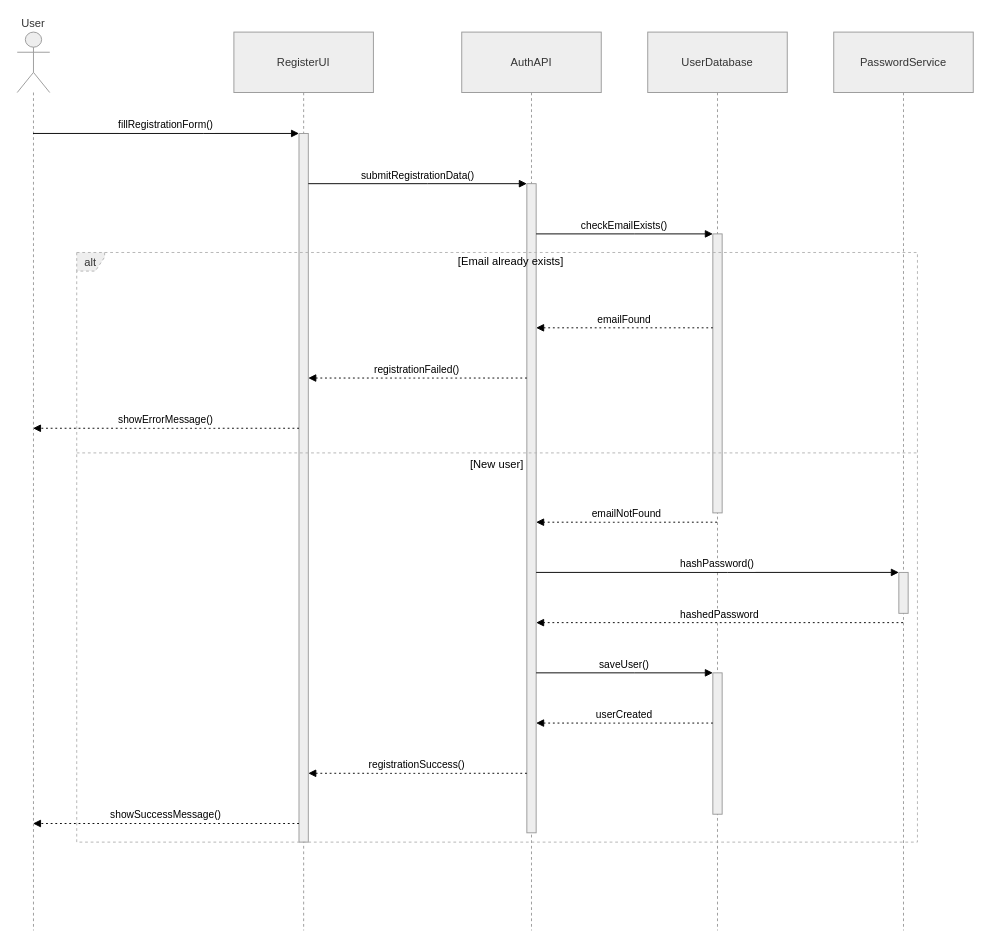
This is final/Register Sequence Diagram.drawio from bidur7745/Drawio-Files, a draw.io file, before an edit. Source tidied: cells renumbered, new cells numbered last; positions are measured from the earlier drawing's top-left corner, leaving out a move shared by most shapes. Both pictures are drawn from the tidied source at 93%, with x=0, y=0 at pixel (17, 32).
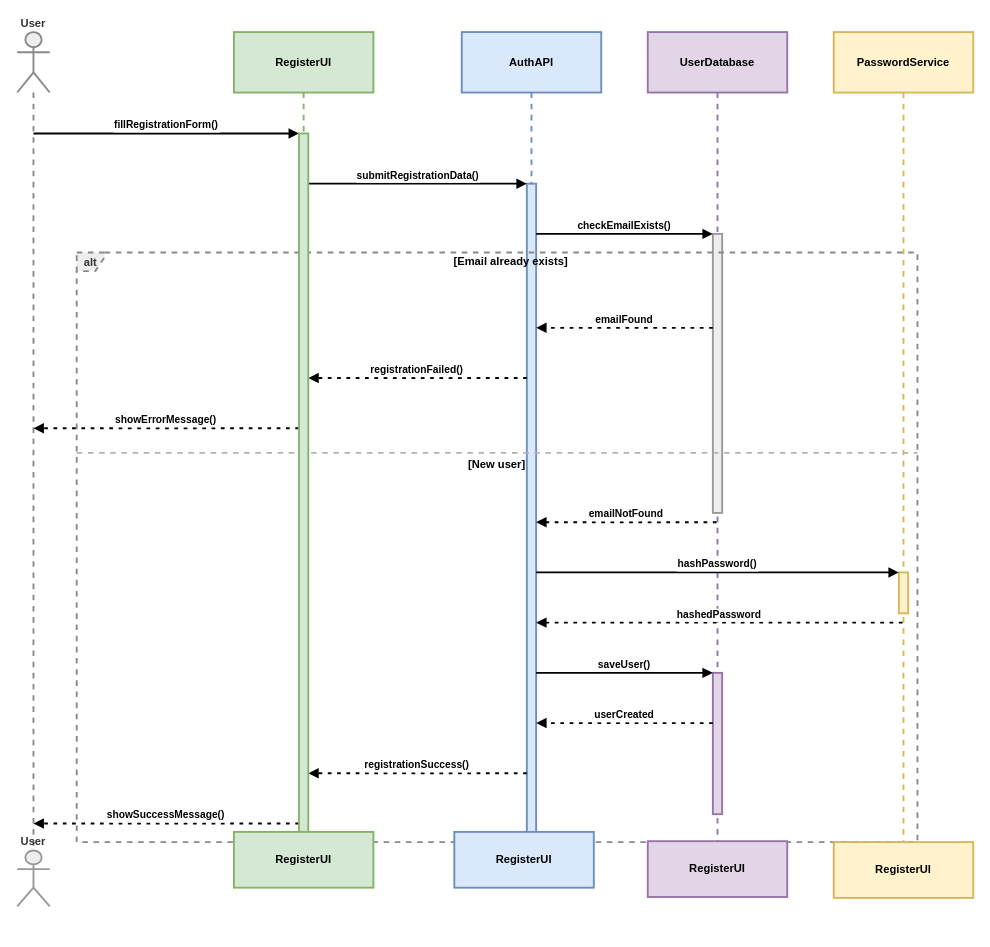
The same page after the edit.

The edit, as a diff of the source:
```diff
@@
-    <mxCell id="2" value="User" style="shape=umlLifeline;perimeter=lifelinePerimeter;whiteSpace=wrap;outlineConnect=0;portConstraint=eastwest;newEdgeStyle={&quot;edgeStyle&quot;:&quot;elbowEdgeStyle&quot;,&quot;elbow&quot;:&quot;vertical&quot;,&quot;curved&quot;:0,&quot;rounded&quot;:0};participant=umlActor;verticalAlign=bottom;labelPosition=center;verticalLabelPosition=top;align=center;size=65;fillColor=light-dark(#eeeeee,#1f2020);strokeColor=light-dark(#999999,#cccccc);fontColor=light-dark(#333333,#cccccc);" parent="1" vertex="1">
-      <mxGeometry width="35" height="966" as="geometry" />
+    <mxCell id="2" value="User" style="shape=umlLifeline;perimeter=lifelinePerimeter;whiteSpace=wrap;outlineConnect=0;portConstraint=eastwest;newEdgeStyle={&quot;edgeStyle&quot;:&quot;elbowEdgeStyle&quot;,&quot;elbow&quot;:&quot;vertical&quot;,&quot;curved&quot;:0,&quot;rounded&quot;:0};participant=umlActor;verticalAlign=bottom;labelPosition=center;verticalLabelPosition=top;align=center;size=65;fillColor=light-dark(#eeeeee,#1f2020);strokeColor=light-dark(#898989,#CCCCCC);fontColor=light-dark(#333333,#cccccc);strokeWidth=2;fontStyle=1;" parent="1" vertex="1">
+      <mxGeometry width="35" height="890" as="geometry" />
     </mxCell>
-    <mxCell id="3" value="RegisterUI" style="shape=umlLifeline;perimeter=lifelinePerimeter;whiteSpace=wrap;newEdgeStyle={&quot;edgeStyle&quot;:&quot;elbowEdgeStyle&quot;,&quot;elbow&quot;:&quot;vertical&quot;,&quot;curved&quot;:0,&quot;rounded&quot;:0};size=65;fillColor=light-dark(#eeeeee,#1f2020);strokeColor=light-dark(#999999,#cccccc);fontColor=light-dark(#333333,#cccccc);" parent="1" vertex="1">
-      <mxGeometry x="233" width="150" height="966" as="geometry" />
+    <mxCell id="3" value="RegisterUI" style="shape=umlLifeline;perimeter=lifelinePerimeter;whiteSpace=wrap;newEdgeStyle={&quot;edgeStyle&quot;:&quot;elbowEdgeStyle&quot;,&quot;elbow&quot;:&quot;vertical&quot;,&quot;curved&quot;:0,&quot;rounded&quot;:0};size=65;fillColor=#d5e8d4;strokeColor=#82b366;strokeWidth=2;fontStyle=1;" parent="1" vertex="1">
+      <mxGeometry x="233" width="150" height="880" as="geometry" />
     </mxCell>
-    <mxCell id="4" style="points=[];perimeter=orthogonalPerimeter;outlineConnect=0;targetShapes=umlLifeline;portConstraint=eastwest;newEdgeStyle={&quot;edgeStyle&quot;:&quot;elbowEdgeStyle&quot;,&quot;elbow&quot;:&quot;vertical&quot;,&quot;curved&quot;:0,&quot;rounded&quot;:0};fillColor=light-dark(#eeeeee,#1f2020);strokeColor=light-dark(#999999,#cccccc);fontColor=light-dark(#333333,#cccccc);" parent="3" vertex="1">
-      <mxGeometry x="70" y="109" width="10" height="762" as="geometry" />
-    </mxCell>
-    <mxCell id="5" value="AuthAPI" style="shape=umlLifeline;perimeter=lifelinePerimeter;whiteSpace=wrap;newEdgeStyle={&quot;edgeStyle&quot;:&quot;elbowEdgeStyle&quot;,&quot;elbow&quot;:&quot;vertical&quot;,&quot;curved&quot;:0,&quot;rounded&quot;:0};size=65;fillColor=light-dark(#eeeeee,#1f2020);strokeColor=light-dark(#999999,#cccccc);fontColor=light-dark(#333333,#cccccc);" parent="1" vertex="1">
-      <mxGeometry x="478" width="150" height="966" as="geometry" />
+    <mxCell id="5" value="AuthAPI" style="shape=umlLifeline;perimeter=lifelinePerimeter;whiteSpace=wrap;newEdgeStyle={&quot;edgeStyle&quot;:&quot;elbowEdgeStyle&quot;,&quot;elbow&quot;:&quot;vertical&quot;,&quot;curved&quot;:0,&quot;rounded&quot;:0};size=65;fillColor=#dae8fc;strokeColor=#6c8ebf;strokeWidth=2;fontStyle=1;" parent="1" vertex="1">
+      <mxGeometry x="478" width="150" height="870" as="geometry" />
     </mxCell>
-    <mxCell id="6" style="points=[];perimeter=orthogonalPerimeter;outlineConnect=0;targetShapes=umlLifeline;portConstraint=eastwest;newEdgeStyle={&quot;edgeStyle&quot;:&quot;elbowEdgeStyle&quot;,&quot;elbow&quot;:&quot;vertical&quot;,&quot;curved&quot;:0,&quot;rounded&quot;:0};fillColor=light-dark(#eeeeee,#1f2020);strokeColor=light-dark(#999999,#cccccc);fontColor=light-dark(#333333,#cccccc);" parent="5" vertex="1">
+    <mxCell id="6" style="points=[];perimeter=orthogonalPerimeter;outlineConnect=0;targetShapes=umlLifeline;portConstraint=eastwest;newEdgeStyle={&quot;edgeStyle&quot;:&quot;elbowEdgeStyle&quot;,&quot;elbow&quot;:&quot;vertical&quot;,&quot;curved&quot;:0,&quot;rounded&quot;:0};fillColor=#dae8fc;strokeColor=#6c8ebf;strokeWidth=2;fontStyle=1;" parent="5" vertex="1">
       <mxGeometry x="70" y="163" width="10" height="698" as="geometry" />
     </mxCell>
-    <mxCell id="7" value="UserDatabase" style="shape=umlLifeline;perimeter=lifelinePerimeter;whiteSpace=wrap;outlineConnect=0;portConstraint=eastwest;newEdgeStyle={&quot;edgeStyle&quot;:&quot;elbowEdgeStyle&quot;,&quot;elbow&quot;:&quot;vertical&quot;,&quot;curved&quot;:0,&quot;rounded&quot;:0};size=65;fillColor=light-dark(#eeeeee,#1f2020);strokeColor=light-dark(#999999,#cccccc);fontColor=light-dark(#333333,#cccccc);" parent="1" vertex="1">
-      <mxGeometry x="678" width="150" height="966" as="geometry" />
+    <mxCell id="7" value="UserDatabase" style="shape=umlLifeline;perimeter=lifelinePerimeter;whiteSpace=wrap;outlineConnect=0;portConstraint=eastwest;newEdgeStyle={&quot;edgeStyle&quot;:&quot;elbowEdgeStyle&quot;,&quot;elbow&quot;:&quot;vertical&quot;,&quot;curved&quot;:0,&quot;rounded&quot;:0};size=65;fillColor=#e1d5e7;strokeColor=#9673a6;strokeWidth=2;fontStyle=1;" parent="1" vertex="1">
+      <mxGeometry x="678" width="150" height="870" as="geometry" />
     </mxCell>
-    <mxCell id="8" style="points=[];perimeter=orthogonalPerimeter;outlineConnect=0;targetShapes=umlLifeline;portConstraint=eastwest;newEdgeStyle={&quot;edgeStyle&quot;:&quot;elbowEdgeStyle&quot;,&quot;elbow&quot;:&quot;vertical&quot;,&quot;curved&quot;:0,&quot;rounded&quot;:0};fillColor=light-dark(#eeeeee,#1f2020);strokeColor=light-dark(#999999,#cccccc);fontColor=light-dark(#333333,#cccccc);" parent="7" vertex="1">
+    <mxCell id="8" style="points=[];perimeter=orthogonalPerimeter;outlineConnect=0;targetShapes=umlLifeline;portConstraint=eastwest;newEdgeStyle={&quot;edgeStyle&quot;:&quot;elbowEdgeStyle&quot;,&quot;elbow&quot;:&quot;vertical&quot;,&quot;curved&quot;:0,&quot;rounded&quot;:0};fillColor=light-dark(#eeeeee,#1f2020);strokeColor=light-dark(#999999,#cccccc);fontColor=light-dark(#333333,#cccccc);strokeWidth=2;fontStyle=1;" parent="7" vertex="1">
       <mxGeometry x="70" y="217" width="10" height="300" as="geometry" />
     </mxCell>
-    <mxCell id="9" style="points=[];perimeter=orthogonalPerimeter;outlineConnect=0;targetShapes=umlLifeline;portConstraint=eastwest;newEdgeStyle={&quot;edgeStyle&quot;:&quot;elbowEdgeStyle&quot;,&quot;elbow&quot;:&quot;vertical&quot;,&quot;curved&quot;:0,&quot;rounded&quot;:0};fillColor=light-dark(#eeeeee,#1f2020);strokeColor=light-dark(#999999,#cccccc);fontColor=light-dark(#333333,#cccccc);" parent="7" vertex="1">
+    <mxCell id="9" style="points=[];perimeter=orthogonalPerimeter;outlineConnect=0;targetShapes=umlLifeline;portConstraint=eastwest;newEdgeStyle={&quot;edgeStyle&quot;:&quot;elbowEdgeStyle&quot;,&quot;elbow&quot;:&quot;vertical&quot;,&quot;curved&quot;:0,&quot;rounded&quot;:0};fillColor=#e1d5e7;strokeColor=#9673a6;strokeWidth=2;fontStyle=1;" parent="7" vertex="1">
       <mxGeometry x="70" y="689" width="10" height="152" as="geometry" />
     </mxCell>
-    <mxCell id="10" value="PasswordService" style="shape=umlLifeline;perimeter=lifelinePerimeter;whiteSpace=wrap;outlineConnect=0;portConstraint=eastwest;newEdgeStyle={&quot;edgeStyle&quot;:&quot;elbowEdgeStyle&quot;,&quot;elbow&quot;:&quot;vertical&quot;,&quot;curved&quot;:0,&quot;rounded&quot;:0};size=65;fillColor=light-dark(#eeeeee,#1f2020);strokeColor=light-dark(#999999,#cccccc);fontColor=light-dark(#333333,#cccccc);" parent="1" vertex="1">
-      <mxGeometry x="878" width="150" height="966" as="geometry" />
+    <mxCell id="10" value="PasswordService" style="shape=umlLifeline;perimeter=lifelinePerimeter;whiteSpace=wrap;outlineConnect=0;portConstraint=eastwest;newEdgeStyle={&quot;edgeStyle&quot;:&quot;elbowEdgeStyle&quot;,&quot;elbow&quot;:&quot;vertical&quot;,&quot;curved&quot;:0,&quot;rounded&quot;:0};size=65;fillColor=#fff2cc;strokeColor=#d6b656;strokeWidth=2;fontStyle=1;" parent="1" vertex="1">
+      <mxGeometry x="878" width="150" height="870" as="geometry" />
     </mxCell>
-    <mxCell id="11" style="points=[];perimeter=orthogonalPerimeter;outlineConnect=0;targetShapes=umlLifeline;portConstraint=eastwest;newEdgeStyle={&quot;edgeStyle&quot;:&quot;elbowEdgeStyle&quot;,&quot;elbow&quot;:&quot;vertical&quot;,&quot;curved&quot;:0,&quot;rounded&quot;:0};fillColor=light-dark(#eeeeee,#1f2020);strokeColor=light-dark(#999999,#cccccc);fontColor=light-dark(#333333,#cccccc);" parent="10" vertex="1">
+    <mxCell id="11" style="points=[];perimeter=orthogonalPerimeter;outlineConnect=0;targetShapes=umlLifeline;portConstraint=eastwest;newEdgeStyle={&quot;edgeStyle&quot;:&quot;elbowEdgeStyle&quot;,&quot;elbow&quot;:&quot;vertical&quot;,&quot;curved&quot;:0,&quot;rounded&quot;:0};fillColor=#fff2cc;strokeColor=#d6b656;strokeWidth=2;fontStyle=1;" parent="10" vertex="1">
       <mxGeometry x="70" y="581" width="10" height="44" as="geometry" />
     </mxCell>
-    <mxCell id="12" value="alt" style="shape=umlFrame;dashed=1;strokeColor=#B3B3B3;height=20;width=30;fillColor=light-dark(#eeeeee,#1f2020);fontColor=light-dark(#333333,#cccccc);" parent="1" vertex="1">
+    <mxCell id="12" value="alt" style="shape=umlFrame;dashed=1;strokeColor=light-dark(#898989,#CCCCCC);height=20;width=30;fillColor=light-dark(#eeeeee,#1f2020);fontColor=light-dark(#333333,#cccccc);strokeWidth=2;fontStyle=1;" parent="1" vertex="1">
       <mxGeometry x="64" y="237" width="904" height="634" as="geometry" />
     </mxCell>
-    <mxCell id="13" value="[Email already exists]" style="text;strokeColor=none;fillColor=none;align=center;verticalAlign=middle;whiteSpace=wrap;" parent="12" vertex="1">
+    <mxCell id="13" value="[Email already exists]" style="text;strokeColor=none;fillColor=none;align=center;verticalAlign=middle;whiteSpace=wrap;strokeWidth=2;fontStyle=1;" parent="12" vertex="1">
       <mxGeometry x="30" width="874" height="20" as="geometry" />
     </mxCell>
-    <mxCell id="14" value="[New user]" style="shape=line;dashed=1;whiteSpace=wrap;verticalAlign=top;labelPosition=center;verticalLabelPosition=middle;align=center;strokeColor=#B3B3B3;" parent="12" vertex="1">
+    <mxCell id="14" value="[New user]" style="shape=line;dashed=1;whiteSpace=wrap;verticalAlign=top;labelPosition=center;verticalLabelPosition=middle;align=center;strokeColor=#B3B3B3;strokeWidth=2;fontStyle=1;" parent="12" vertex="1">
       <mxGeometry y="214" width="904" height="3" as="geometry" />
     </mxCell>
-    <mxCell id="15" value="fillRegistrationForm()" style="verticalAlign=bottom;edgeStyle=elbowEdgeStyle;elbow=vertical;curved=0;rounded=0;endArrow=block;" parent="1" edge="1" source="2" target="4">
+    <mxCell id="15" value="fillRegistrationForm()" style="verticalAlign=bottom;edgeStyle=elbowEdgeStyle;elbow=vertical;curved=0;rounded=0;endArrow=block;strokeWidth=2;fontStyle=1;" parent="1" edge="1" source="2" target="4">
       <mxGeometry relative="1" as="geometry">
         <Array as="points">
           <mxPoint x="200" y="109" />
         </Array>
       </mxGeometry>
     </mxCell>
-    <mxCell id="16" value="submitRegistrationData()" style="verticalAlign=bottom;edgeStyle=elbowEdgeStyle;elbow=vertical;curved=0;rounded=0;endArrow=block;" parent="1" edge="1" source="4" target="6">
+    <mxCell id="16" value="submitRegistrationData()" style="verticalAlign=bottom;edgeStyle=elbowEdgeStyle;elbow=vertical;curved=0;rounded=0;endArrow=block;strokeWidth=2;fontStyle=1;" parent="1" edge="1" source="4" target="6">
       <mxGeometry relative="1" as="geometry">
         <Array as="points">
           <mxPoint x="441" y="163" />
         </Array>
       </mxGeometry>
     </mxCell>
-    <mxCell id="17" value="checkEmailExists()" style="verticalAlign=bottom;edgeStyle=elbowEdgeStyle;elbow=vertical;curved=0;rounded=0;endArrow=block;" parent="1" edge="1" source="6" target="8">
+    <mxCell id="17" value="checkEmailExists()" style="verticalAlign=bottom;edgeStyle=elbowEdgeStyle;elbow=vertical;curved=0;rounded=0;endArrow=block;strokeWidth=2;fontStyle=1;" parent="1" edge="1" source="6" target="8">
       <mxGeometry relative="1" as="geometry">
         <Array as="points">
           <mxPoint x="664" y="217" />
         </Array>
       </mxGeometry>
     </mxCell>
-    <mxCell id="18" value="emailFound" style="verticalAlign=bottom;edgeStyle=elbowEdgeStyle;elbow=vertical;curved=0;rounded=0;dashed=1;dashPattern=2 3;endArrow=block;" parent="1" edge="1" source="8" target="6">
+    <mxCell id="18" value="emailFound" style="verticalAlign=bottom;edgeStyle=elbowEdgeStyle;elbow=vertical;curved=0;rounded=0;dashed=1;dashPattern=2 3;endArrow=block;strokeWidth=2;fontStyle=1;" parent="1" edge="1" source="8" target="6">
       <mxGeometry relative="1" as="geometry">
         <Array as="points">
           <mxPoint x="665" y="318" />
         </Array>
       </mxGeometry>
     </mxCell>
-    <mxCell id="19" value="registrationFailed()" style="verticalAlign=bottom;edgeStyle=elbowEdgeStyle;elbow=vertical;curved=0;rounded=0;dashed=1;dashPattern=2 3;endArrow=block;" parent="1" edge="1" source="6" target="4">
+    <mxCell id="19" value="registrationFailed()" style="verticalAlign=bottom;edgeStyle=elbowEdgeStyle;elbow=vertical;curved=0;rounded=0;dashed=1;dashPattern=2 3;endArrow=block;strokeWidth=2;fontStyle=1;" parent="1" edge="1" source="6" target="4">
       <mxGeometry relative="1" as="geometry">
         <Array as="points">
           <mxPoint x="442" y="372" />
         </Array>
       </mxGeometry>
     </mxCell>
-    <mxCell id="20" value="showErrorMessage()" style="verticalAlign=bottom;edgeStyle=elbowEdgeStyle;elbow=vertical;curved=0;rounded=0;dashed=1;dashPattern=2 3;endArrow=block;" parent="1" edge="1" source="4" target="2">
+    <mxCell id="20" value="showErrorMessage()" style="verticalAlign=bottom;edgeStyle=elbowEdgeStyle;elbow=vertical;curved=0;rounded=0;dashed=1;dashPattern=2 3;endArrow=block;strokeWidth=2;fontStyle=1;" parent="1" edge="1" source="4" target="2">
       <mxGeometry relative="1" as="geometry">
         <Array as="points">
           <mxPoint x="201" y="426" />
         </Array>
       </mxGeometry>
     </mxCell>
-    <mxCell id="21" value="emailNotFound" style="verticalAlign=bottom;edgeStyle=elbowEdgeStyle;elbow=vertical;curved=0;rounded=0;dashed=1;dashPattern=2 3;endArrow=block;" parent="1" edge="1" source="7" target="6">
+    <mxCell id="21" value="emailNotFound" style="verticalAlign=bottom;edgeStyle=elbowEdgeStyle;elbow=vertical;curved=0;rounded=0;dashed=1;dashPattern=2 3;endArrow=block;strokeWidth=2;fontStyle=1;" parent="1" edge="1" source="7" target="6">
       <mxGeometry relative="1" as="geometry">
         <Array as="points">
           <mxPoint x="665" y="527" />
         </Array>
       </mxGeometry>
     </mxCell>
-    <mxCell id="22" value="hashPassword()" style="verticalAlign=bottom;edgeStyle=elbowEdgeStyle;elbow=vertical;curved=0;rounded=0;endArrow=block;" parent="1" edge="1" source="6" target="11">
+    <mxCell id="22" value="hashPassword()" style="verticalAlign=bottom;edgeStyle=elbowEdgeStyle;elbow=vertical;curved=0;rounded=0;endArrow=block;strokeWidth=2;fontStyle=1;" parent="1" edge="1" source="6" target="11">
       <mxGeometry relative="1" as="geometry">
         <Array as="points">
           <mxPoint x="764" y="581" />
         </Array>
       </mxGeometry>
     </mxCell>
-    <mxCell id="23" value="hashedPassword" style="verticalAlign=bottom;edgeStyle=elbowEdgeStyle;elbow=vertical;curved=0;rounded=0;dashed=1;dashPattern=2 3;endArrow=block;" parent="1" edge="1" source="10" target="6">
+    <mxCell id="23" value="hashedPassword" style="verticalAlign=bottom;edgeStyle=elbowEdgeStyle;elbow=vertical;curved=0;rounded=0;dashed=1;dashPattern=2 3;endArrow=block;strokeWidth=2;fontStyle=1;" parent="1" edge="1" source="10" target="6">
       <mxGeometry relative="1" as="geometry">
         <Array as="points">
           <mxPoint x="765" y="635" />
         </Array>
       </mxGeometry>
     </mxCell>
-    <mxCell id="24" value="saveUser()" style="verticalAlign=bottom;edgeStyle=elbowEdgeStyle;elbow=vertical;curved=0;rounded=0;endArrow=block;" parent="1" edge="1" source="6" target="9">
+    <mxCell id="24" value="saveUser()" style="verticalAlign=bottom;edgeStyle=elbowEdgeStyle;elbow=vertical;curved=0;rounded=0;endArrow=block;strokeWidth=2;fontStyle=1;" parent="1" edge="1" source="6" target="9">
       <mxGeometry relative="1" as="geometry">
         <Array as="points">
           <mxPoint x="664" y="689" />
         </Array>
       </mxGeometry>
     </mxCell>
-    <mxCell id="25" value="userCreated" style="verticalAlign=bottom;edgeStyle=elbowEdgeStyle;elbow=vertical;curved=0;rounded=0;dashed=1;dashPattern=2 3;endArrow=block;" parent="1" edge="1" source="9" target="6">
+    <mxCell id="25" value="userCreated" style="verticalAlign=bottom;edgeStyle=elbowEdgeStyle;elbow=vertical;curved=0;rounded=0;dashed=1;dashPattern=2 3;endArrow=block;strokeWidth=2;fontStyle=1;" parent="1" edge="1" source="9" target="6">
       <mxGeometry relative="1" as="geometry">
         <Array as="points">
           <mxPoint x="665" y="743" />
         </Array>
       </mxGeometry>
     </mxCell>
-    <mxCell id="26" value="registrationSuccess()" style="verticalAlign=bottom;edgeStyle=elbowEdgeStyle;elbow=vertical;curved=0;rounded=0;dashed=1;dashPattern=2 3;endArrow=block;" parent="1" edge="1" source="6" target="4">
+    <mxCell id="26" value="registrationSuccess()" style="verticalAlign=bottom;edgeStyle=elbowEdgeStyle;elbow=vertical;curved=0;rounded=0;dashed=1;dashPattern=2 3;endArrow=block;strokeWidth=2;fontStyle=1;" parent="1" edge="1" source="6" target="4">
       <mxGeometry relative="1" as="geometry">
         <Array as="points">
           <mxPoint x="442" y="797" />
         </Array>
       </mxGeometry>
     </mxCell>
-    <mxCell id="27" value="showSuccessMessage()" style="verticalAlign=bottom;edgeStyle=elbowEdgeStyle;elbow=vertical;curved=0;rounded=0;dashed=1;dashPattern=2 3;endArrow=block;" parent="1" edge="1" source="4" target="2">
+    <mxCell id="27" value="showSuccessMessage()" style="verticalAlign=bottom;edgeStyle=elbowEdgeStyle;elbow=vertical;curved=0;rounded=0;dashed=1;dashPattern=2 3;endArrow=block;strokeWidth=2;fontStyle=1;" parent="1" edge="1" source="4" target="2">
       <mxGeometry relative="1" as="geometry">
         <Array as="points">
           <mxPoint x="201" y="851" />
         </Array>
       </mxGeometry>
     </mxCell>
+    <mxCell id="4" style="points=[];perimeter=orthogonalPerimeter;outlineConnect=0;targetShapes=umlLifeline;portConstraint=eastwest;newEdgeStyle={&quot;edgeStyle&quot;:&quot;elbowEdgeStyle&quot;,&quot;elbow&quot;:&quot;vertical&quot;,&quot;curved&quot;:0,&quot;rounded&quot;:0};fillColor=#d5e8d4;strokeColor=#82b366;strokeWidth=2;fontStyle=1;" parent="1" vertex="1">
+      <mxGeometry x="303" y="109" width="10" height="762" as="geometry" />
+    </mxCell>
+    <mxCell id="28" value="RegisterUI" style="shape=umlLifeline;perimeter=lifelinePerimeter;whiteSpace=wrap;newEdgeStyle={&quot;edgeStyle&quot;:&quot;elbowEdgeStyle&quot;,&quot;elbow&quot;:&quot;vertical&quot;,&quot;curved&quot;:0,&quot;rounded&quot;:0};size=65;fillColor=#d5e8d4;strokeColor=#82b366;strokeWidth=2;fontStyle=1;" parent="1" vertex="1">
+      <mxGeometry x="233" y="860" width="150" height="60" as="geometry" />
+    </mxCell>
+    <mxCell id="29" value="RegisterUI" style="shape=umlLifeline;perimeter=lifelinePerimeter;whiteSpace=wrap;newEdgeStyle={&quot;edgeStyle&quot;:&quot;elbowEdgeStyle&quot;,&quot;elbow&quot;:&quot;vertical&quot;,&quot;curved&quot;:0,&quot;rounded&quot;:0};size=65;fillColor=#dae8fc;strokeColor=#6c8ebf;strokeWidth=2;fontStyle=1;" parent="1" vertex="1">
+      <mxGeometry x="470" y="860" width="150" height="60" as="geometry" />
+    </mxCell>
+    <mxCell id="30" value="RegisterUI" style="shape=umlLifeline;perimeter=lifelinePerimeter;whiteSpace=wrap;newEdgeStyle={&quot;edgeStyle&quot;:&quot;elbowEdgeStyle&quot;,&quot;elbow&quot;:&quot;vertical&quot;,&quot;curved&quot;:0,&quot;rounded&quot;:0};size=65;fillColor=#e1d5e7;strokeColor=#9673a6;strokeWidth=2;fontStyle=1;" parent="1" vertex="1">
+      <mxGeometry x="678" y="870" width="150" height="60" as="geometry" />
+    </mxCell>
+    <mxCell id="31" value="RegisterUI" style="shape=umlLifeline;perimeter=lifelinePerimeter;whiteSpace=wrap;newEdgeStyle={&quot;edgeStyle&quot;:&quot;elbowEdgeStyle&quot;,&quot;elbow&quot;:&quot;vertical&quot;,&quot;curved&quot;:0,&quot;rounded&quot;:0};size=65;fillColor=#fff2cc;strokeColor=#d6b656;strokeWidth=2;fontStyle=1;" parent="1" vertex="1">
+      <mxGeometry x="878" y="871" width="150" height="60" as="geometry" />
+    </mxCell>
+    <mxCell id="32" value="User" style="shape=umlLifeline;perimeter=lifelinePerimeter;whiteSpace=wrap;newEdgeStyle={&quot;edgeStyle&quot;:&quot;elbowEdgeStyle&quot;,&quot;elbow&quot;:&quot;vertical&quot;,&quot;curved&quot;:0,&quot;rounded&quot;:0};participant=umlActor;verticalAlign=bottom;labelPosition=center;verticalLabelPosition=top;align=center;size=65;fillColor=light-dark(#eeeeee,#1f2020);strokeColor=light-dark(#999999,#cccccc);fontColor=light-dark(#333333,#cccccc);strokeWidth=2;fontStyle=1;" parent="1" vertex="1">
+      <mxGeometry y="880" width="35" height="60" as="geometry" />
+    </mxCell>
```
